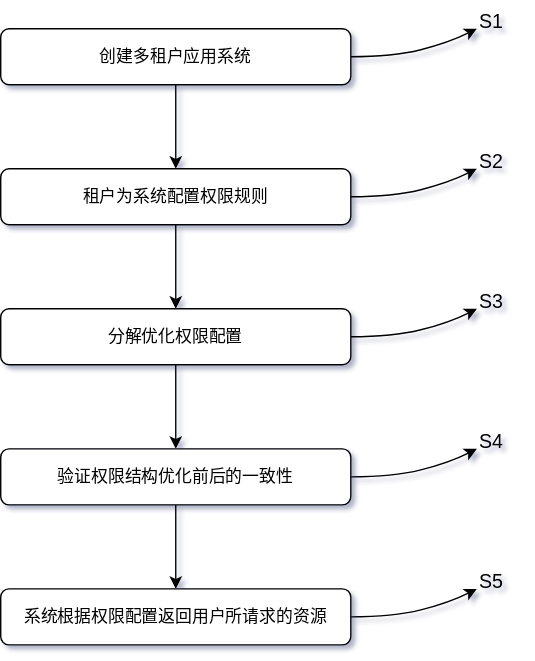
Above: 面向低代码平台的自适应访问控制流程示意图.svg in Zr-2021/draw.io_folder (draw.io), before the change. Source tidied: cells renumbered, new cells last; positions are measured from the earlier drawing's top-left corner, leaving out a move shared by most shapes.
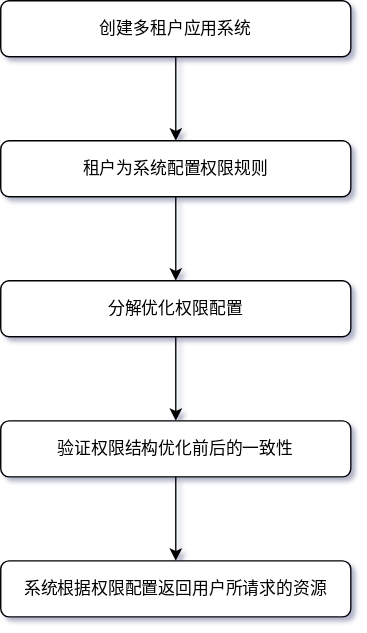
Above is the later version.

Commit message:
更新面向低代码平台的自适应访问控制流程示意图.svg

The edit, as a diff of the source:
```diff
@@ -29,65 +29,5 @@
     <mxCell id="10" value="系统根据权限配置返回用户所请求的资源" style="rounded=1;whiteSpace=wrap;html=1;fontSize=12;glass=0;strokeWidth=1;shadow=0;" parent="1" vertex="1">
       <mxGeometry y="420" width="250" height="40" as="geometry" />
     </mxCell>
-    <mxCell id="11" style="curved=1;endArrow=classic;html=1;rounded=0;exitX=1;exitY=0.5;exitDx=0;exitDy=0;" parent="1" edge="1" source="3">
-      <mxGeometry relative="1" as="geometry">
-        <mxPoint x="340" y="20" as="targetPoint" />
-        <Array as="points">
-          <mxPoint x="280" y="40" />
-          <mxPoint x="320" y="30" />
-        </Array>
-      </mxGeometry>
-    </mxCell>
-    <mxCell id="12" value="&lt;font style=&quot;font-size: 14px;&quot;&gt;S1&lt;/font&gt;" style="text;html=1;align=center;verticalAlign=middle;strokeColor=none;fillColor=none;" parent="1" vertex="1">
-      <mxGeometry x="330" width="40" height="30" as="geometry" />
-    </mxCell>
-    <mxCell id="13" style="curved=1;endArrow=classic;html=1;rounded=0;exitX=1;exitY=0.5;exitDx=0;exitDy=0;" parent="1" edge="1" source="5">
-      <mxGeometry relative="1" as="geometry">
-        <mxPoint x="340" y="120" as="targetPoint" />
-        <Array as="points">
-          <mxPoint x="280" y="140" />
-          <mxPoint x="320" y="130" />
-        </Array>
-      </mxGeometry>
-    </mxCell>
-    <mxCell id="14" value="&lt;font style=&quot;font-size: 14px;&quot;&gt;S2&lt;/font&gt;" style="text;html=1;align=center;verticalAlign=middle;strokeColor=none;fillColor=none;" parent="1" vertex="1">
-      <mxGeometry x="330" y="100" width="40" height="30" as="geometry" />
-    </mxCell>
-    <mxCell id="15" style="curved=1;endArrow=classic;html=1;rounded=0;exitX=1;exitY=0.5;exitDx=0;exitDy=0;" parent="1" edge="1" source="7">
-      <mxGeometry relative="1" as="geometry">
-        <mxPoint x="340" y="220" as="targetPoint" />
-        <Array as="points">
-          <mxPoint x="280" y="240" />
-          <mxPoint x="320" y="230" />
-        </Array>
-      </mxGeometry>
-    </mxCell>
-    <mxCell id="16" value="&lt;font style=&quot;font-size: 14px;&quot;&gt;S3&lt;/font&gt;" style="text;html=1;align=center;verticalAlign=middle;strokeColor=none;fillColor=none;" parent="1" vertex="1">
-      <mxGeometry x="330" y="200" width="40" height="30" as="geometry" />
-    </mxCell>
-    <mxCell id="17" style="curved=1;endArrow=classic;html=1;rounded=0;exitX=1;exitY=0.5;exitDx=0;exitDy=0;" parent="1" edge="1" source="9">
-      <mxGeometry relative="1" as="geometry">
-        <mxPoint x="340" y="320" as="targetPoint" />
-        <Array as="points">
-          <mxPoint x="280" y="340" />
-          <mxPoint x="320" y="330" />
-        </Array>
-      </mxGeometry>
-    </mxCell>
-    <mxCell id="18" value="&lt;font style=&quot;font-size: 14px;&quot;&gt;S4&lt;/font&gt;" style="text;html=1;align=center;verticalAlign=middle;strokeColor=none;fillColor=none;" parent="1" vertex="1">
-      <mxGeometry x="330" y="300" width="40" height="30" as="geometry" />
-    </mxCell>
-    <mxCell id="19" style="curved=1;endArrow=classic;html=1;rounded=0;exitX=1;exitY=0.5;exitDx=0;exitDy=0;" parent="1" edge="1" source="10">
-      <mxGeometry relative="1" as="geometry">
-        <mxPoint x="340" y="420" as="targetPoint" />
-        <Array as="points">
-          <mxPoint x="280" y="440" />
-          <mxPoint x="320" y="430" />
-        </Array>
-      </mxGeometry>
-    </mxCell>
-    <mxCell id="20" value="&lt;font style=&quot;font-size: 14px;&quot;&gt;S5&lt;/font&gt;" style="text;html=1;align=center;verticalAlign=middle;strokeColor=none;fillColor=none;" parent="1" vertex="1">
-      <mxGeometry x="330" y="400" width="40" height="30" as="geometry" />
-    </mxCell>
   </root>
 </mxGraphModel>
```
